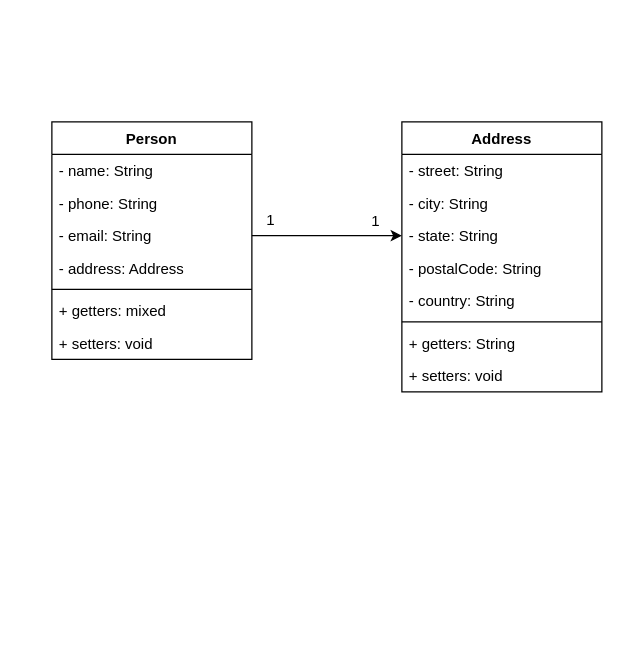
This is diagrams/ClassDiagrams.drawio from jeffersonrucu/Authenticated_Users_SpringBoot_OAuth2.0, a draw.io file, before an edit. Source tidied: cells renumbered, new cells numbered last; positions are measured from the earlier drawing's top-left corner, leaving out a move shared by most shapes. Both pictures are drawn from the tidied source at 125%, with x=0, y=0 at pixel (51, 121).
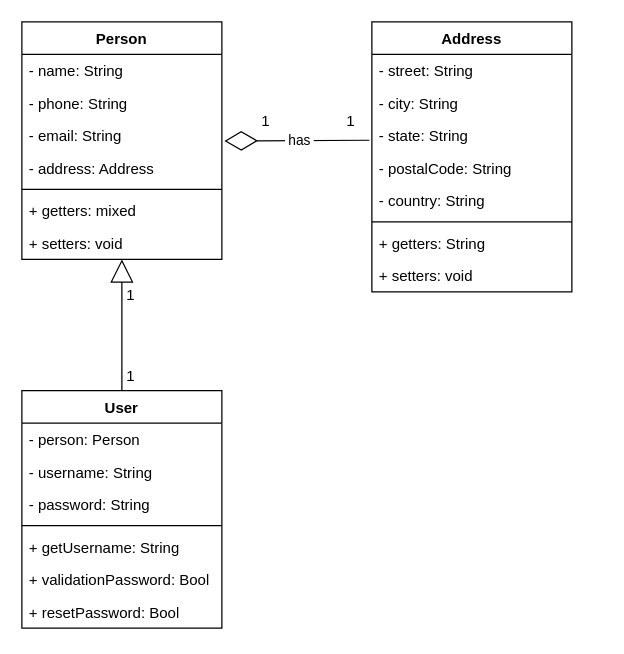
After the change.

Commit message (it also covers changes not shown here):
feat: att diagram

Unchanged cells that the change refers to:
```xml
<mxCell id="5" value="- email: String" style="text;strokeColor=none;fillColor=none;align=left;verticalAlign=top;spacingLeft=4;spacingRight=4;overflow=hidden;points=[[0,0.5],[1,0.5]];portConstraint=eastwest;whiteSpace=wrap;html=1;" parent="2" vertex="1">
  <mxGeometry y="78" width="160" height="26" as="geometry" />
</mxCell>
<mxCell id="9" value="+ setters: void" style="text;strokeColor=none;fillColor=none;align=left;verticalAlign=top;spacingLeft=4;spacingRight=4;overflow=hidden;points=[[0,0.5],[1,0.5]];portConstraint=eastwest;whiteSpace=wrap;html=1;" parent="2" vertex="1">
  <mxGeometry y="164" width="160" height="26" as="geometry" />
</mxCell>
<mxCell id="13" value="- state: String" style="text;strokeColor=none;fillColor=none;align=left;verticalAlign=top;spacingLeft=4;spacingRight=4;overflow=hidden;points=[[0,0.5],[1,0.5]];portConstraint=eastwest;whiteSpace=wrap;html=1;" parent="10" vertex="1">
  <mxGeometry y="78" width="160" height="26" as="geometry" />
</mxCell>
```

The edit, as a diff of the source:
```diff
@@
     <mxCell id="2" value="Person" style="swimlane;fontStyle=1;align=center;verticalAlign=top;horizontal=1;startSize=26;whiteSpace=wrap;html=1;" parent="1" vertex="1">
-      <mxGeometry width="160" height="190" as="geometry" />
+      <mxGeometry x="-24" y="-80" width="160" height="190" as="geometry" />
     </mxCell>
@@
     <mxCell id="10" value="Address" style="swimlane;fontStyle=1;align=center;verticalAlign=top;horizontal=1;startSize=26;whiteSpace=wrap;html=1;" parent="1" vertex="1">
-      <mxGeometry x="280" width="160" height="216" as="geometry" />
+      <mxGeometry x="256" y="-80" width="160" height="216" as="geometry" />
     </mxCell>
@@
-    <mxCell id="19" style="endArrow=classic;html=1;rounded=0;" parent="1" edge="1" source="5" target="13">
-      <mxGeometry relative="1" as="geometry" />
-    </mxCell>
     <mxCell id="20" value="1" style="text;strokeColor=none;fillColor=none;align=left;verticalAlign=top;spacingLeft=4;spacingRight=4;overflow=hidden;whiteSpace=wrap;html=1;" parent="1" vertex="1">
-      <mxGeometry x="166" y="65" width="26" height="26" as="geometry" />
+      <mxGeometry x="162" y="-14" width="26" height="26" as="geometry" />
     </mxCell>
     <mxCell id="21" value="1" style="text;strokeColor=none;fillColor=none;align=left;verticalAlign=top;spacingLeft=4;spacingRight=4;overflow=hidden;whiteSpace=wrap;html=1;" parent="1" vertex="1">
-      <mxGeometry x="250" y="66" width="26" height="26" as="geometry" />
+      <mxGeometry x="230" y="-14" width="26" height="26" as="geometry" />
     </mxCell>
+    <mxCell id="22" style="endArrow=diamondThin;endFill=0;endSize=24;html=1;rounded=0;" parent="1" edge="1">
+      <mxGeometry relative="1" as="geometry">
+        <mxPoint x="254" y="14.7" as="sourcePoint" />
+        <mxPoint x="138" y="15.3" as="targetPoint" />
+      </mxGeometry>
+    </mxCell>
+    <mxCell id="23" value="&amp;nbsp;has&amp;nbsp;" style="edgeLabel;html=1;align=center;verticalAlign=middle;" parent="22" vertex="1">
+      <mxGeometry x="-0.01" relative="1" as="geometry" />
+    </mxCell>
+    <mxCell id="24" value="User" style="swimlane;fontStyle=1;align=center;verticalAlign=top;horizontal=1;startSize=26;whiteSpace=wrap;html=1;" parent="1" vertex="1">
+      <mxGeometry x="-24" y="215" width="160" height="190" as="geometry" />
+    </mxCell>
+    <mxCell id="25" value="- person: Person" style="text;strokeColor=none;fillColor=none;align=left;verticalAlign=top;spacingLeft=4;spacingRight=4;overflow=hidden;whiteSpace=wrap;html=1;" parent="24" vertex="1">
+      <mxGeometry y="26" width="160" height="26" as="geometry" />
+    </mxCell>
+    <mxCell id="26" value="- username: String" style="text;strokeColor=none;fillColor=none;align=left;verticalAlign=top;spacingLeft=4;spacingRight=4;overflow=hidden;whiteSpace=wrap;html=1;" parent="24" vertex="1">
+      <mxGeometry y="52" width="160" height="26" as="geometry" />
+    </mxCell>
+    <mxCell id="27" value="- password: String" style="text;strokeColor=none;fillColor=none;align=left;verticalAlign=top;spacingLeft=4;spacingRight=4;overflow=hidden;whiteSpace=wrap;html=1;" parent="24" vertex="1">
+      <mxGeometry y="78" width="160" height="26" as="geometry" />
+    </mxCell>
+    <mxCell id="28" style="line;strokeWidth=1;fillColor=none;align=left;verticalAlign=middle;spacingTop=-1;spacingLeft=3;spacingRight=3;labelPosition=right;strokeColor=inherit;" parent="24" vertex="1">
+      <mxGeometry y="104" width="160" height="8" as="geometry" />
+    </mxCell>
+    <mxCell id="29" value="+ getUsername: String" style="text;strokeColor=none;fillColor=none;align=left;verticalAlign=top;spacingLeft=4;spacingRight=4;overflow=hidden;whiteSpace=wrap;html=1;" parent="24" vertex="1">
+      <mxGeometry y="112" width="160" height="26" as="geometry" />
+    </mxCell>
+    <mxCell id="30" value="+ validationPassword: Bool" style="text;strokeColor=none;fillColor=none;align=left;verticalAlign=top;spacingLeft=4;spacingRight=4;overflow=hidden;whiteSpace=wrap;html=1;" parent="24" vertex="1">
+      <mxGeometry y="138" width="160" height="26" as="geometry" />
+    </mxCell>
+    <mxCell id="31" value="+ resetPassword: Bool" style="text;strokeColor=none;fillColor=none;align=left;verticalAlign=top;spacingLeft=4;spacingRight=4;overflow=hidden;whiteSpace=wrap;html=1;" parent="24" vertex="1">
+      <mxGeometry y="164" width="160" height="26" as="geometry" />
+    </mxCell>
+    <mxCell id="32" value="1" style="text;strokeColor=none;fillColor=none;align=left;verticalAlign=top;spacingLeft=4;spacingRight=4;overflow=hidden;whiteSpace=wrap;html=1;" parent="1" vertex="1">
+      <mxGeometry x="54" y="125" width="26" height="26" as="geometry" />
+    </mxCell>
+    <mxCell id="33" value="1" style="text;strokeColor=none;fillColor=none;align=left;verticalAlign=top;spacingLeft=4;spacingRight=4;overflow=hidden;whiteSpace=wrap;html=1;" parent="1" vertex="1">
+      <mxGeometry x="54" y="190" width="26" height="26" as="geometry" />
+    </mxCell>
+    <mxCell id="34" style="endArrow=block;endSize=16;endFill=0;html=1;rounded=0;exitX=0.5;exitY=0;exitDx=0;exitDy=0;" parent="1" edge="1" source="24" target="9">
+      <mxGeometry relative="1" as="geometry" />
+    </mxCell>
```
